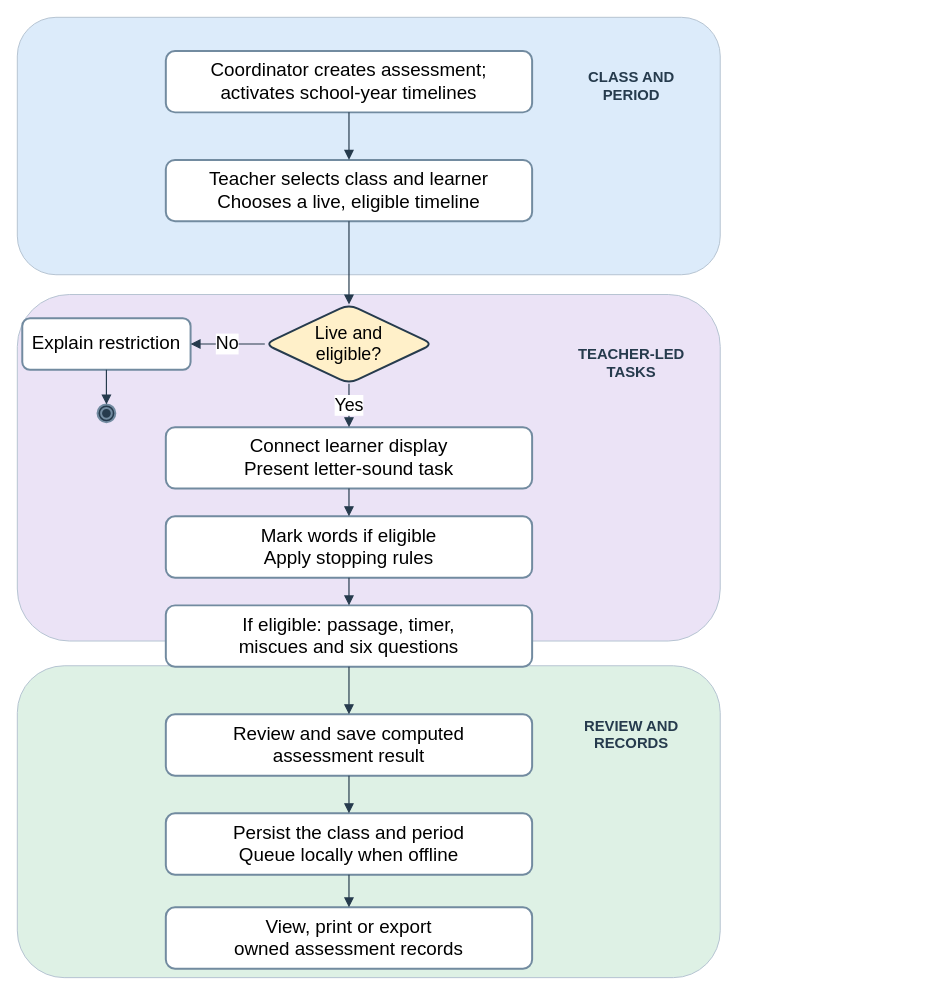
The draw.io diagram docs/diagrams/class-workspaces/figure-04-period-flow.drawio in AkuSayangKamuJudaSayang/crl-app, before the edit. Source tidied: cells renumbered, new cells numbered last; positions are measured from the earlier drawing's top-left corner, leaving out a move shared by most shapes. Both pictures are drawn from the tidied source at 99%, with x=0, y=0 at pixel (17, 17).
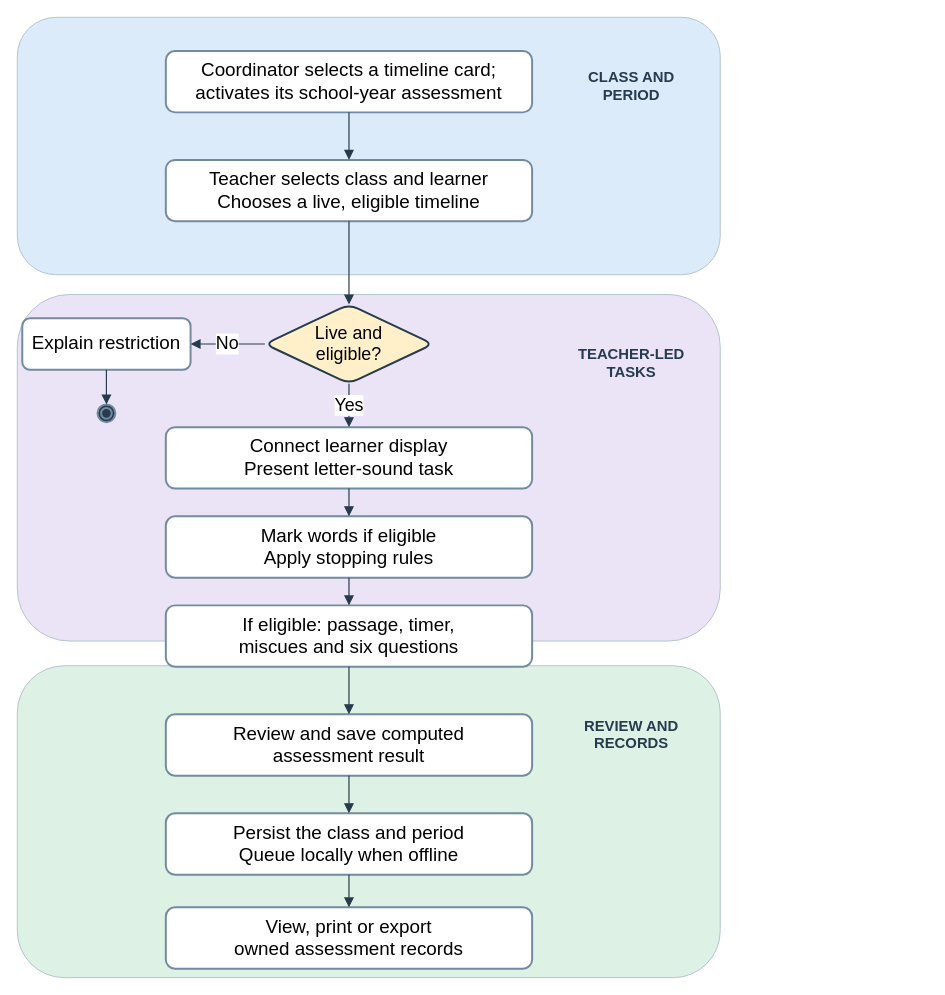
Above is the later version.

What changed in the source:
```diff
@@
-    <mxCell id="8" value="Coordinator creates assessment;&lt;br&gt;activates school-year timelines" style="rounded=1;whiteSpace=wrap;html=1;fontFamily=Arial;fillColor=#ffffff;strokeColor=#728ba0;strokeWidth=2;fontSize=19;" parent="1" vertex="1">
+    <mxCell id="8" value="Coordinator selects a timeline card;&lt;br&gt;activates its school-year assessment" style="rounded=1;whiteSpace=wrap;html=1;fontFamily=Arial;fillColor=#ffffff;strokeColor=#728ba0;strokeWidth=2;fontSize=19;" parent="1" vertex="1">
       <mxGeometry x="150" y="34" width="370" height="62" as="geometry" />
     </mxCell>
```
